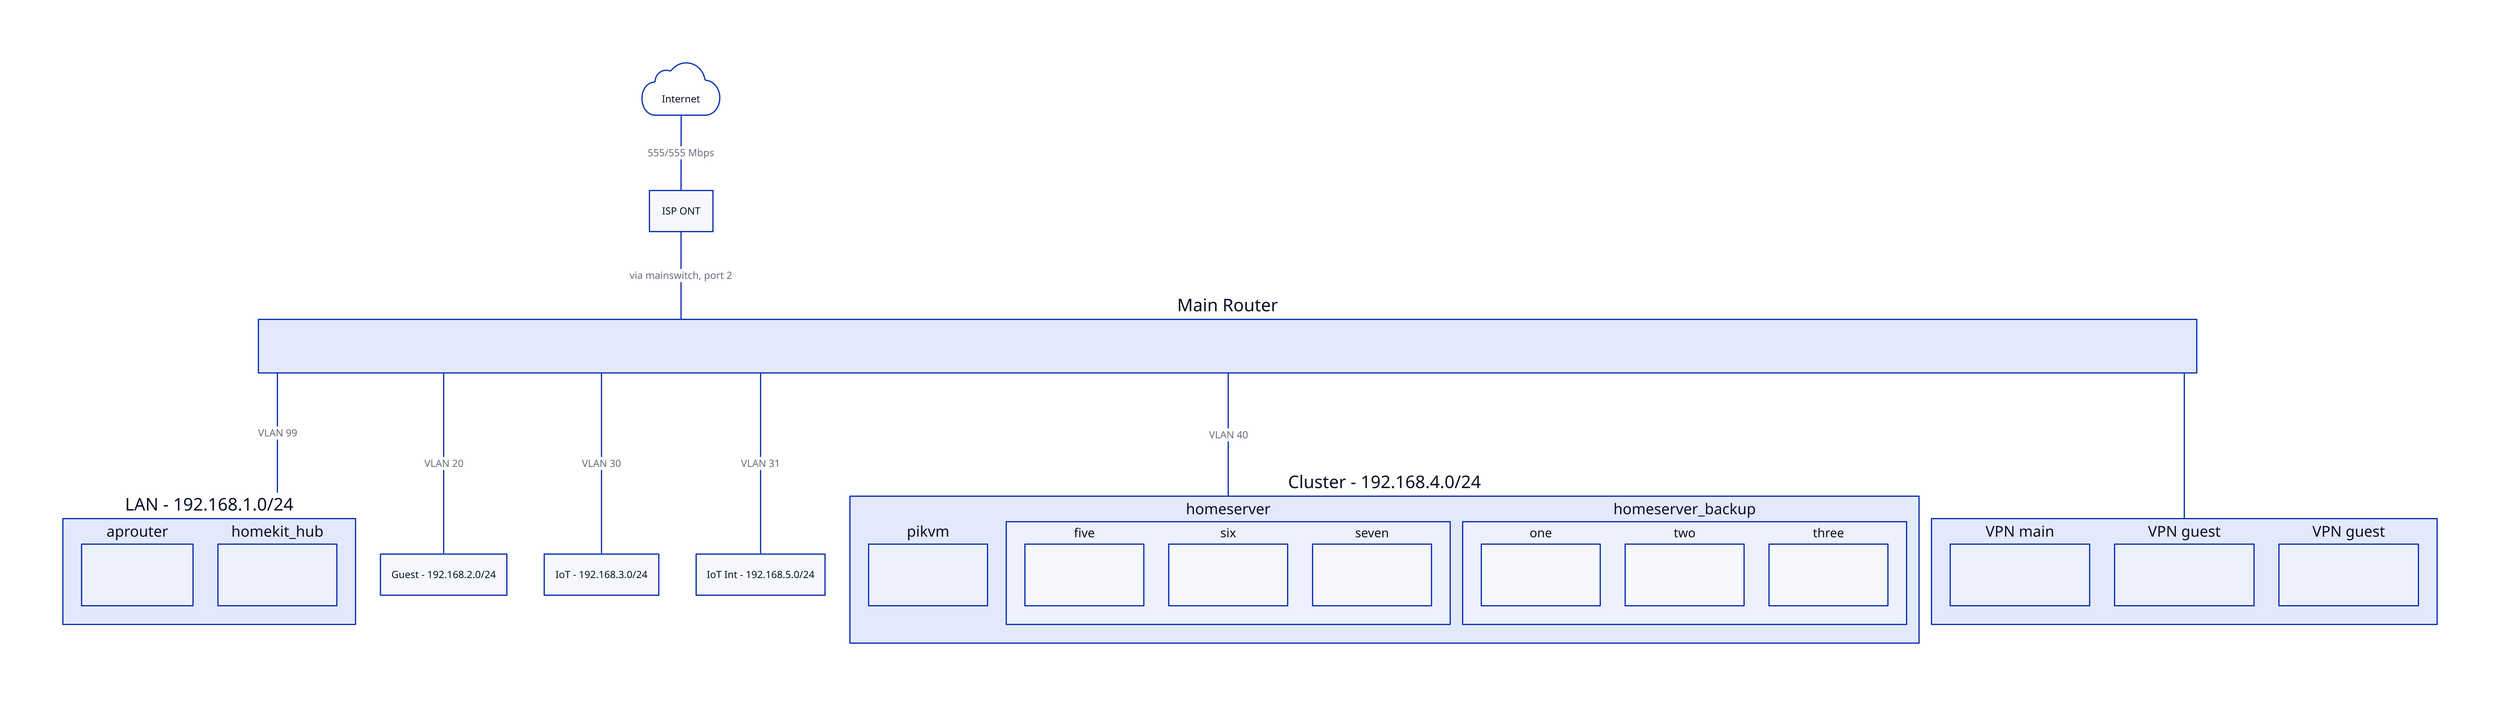
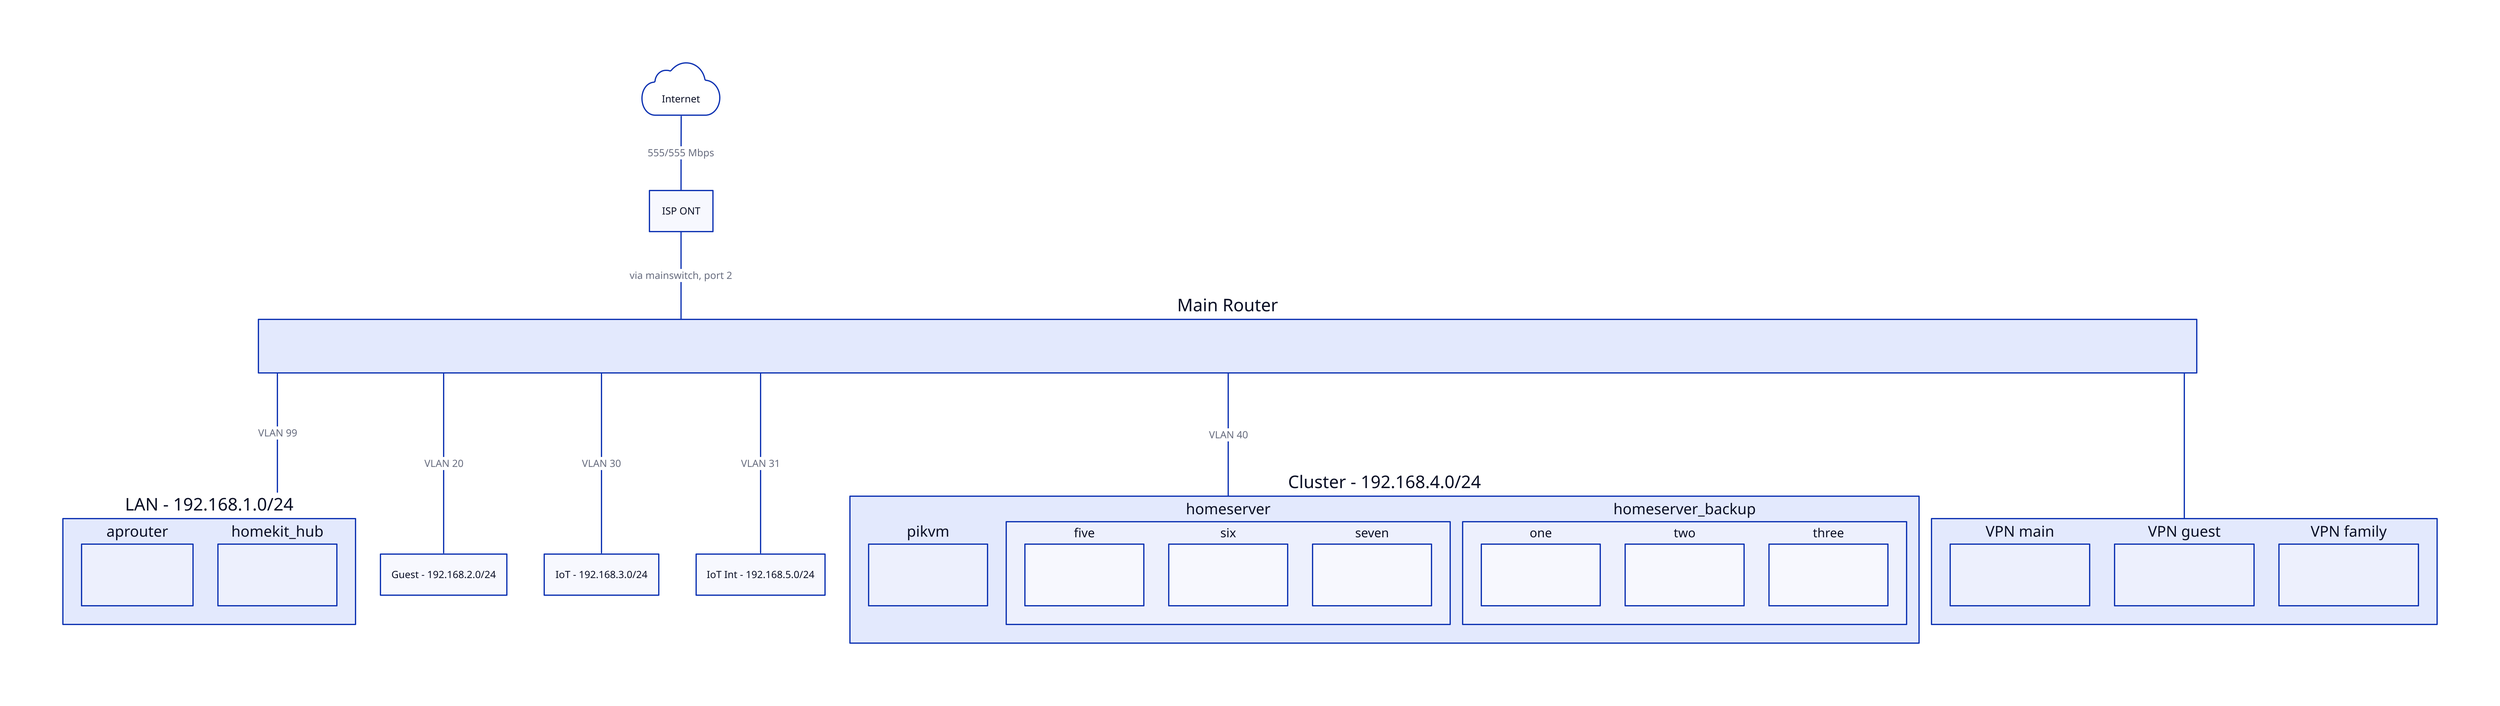
vars: {
  d2-config: {
    layout-engine: elk
    theme-id: 200
  }
}
direction: down

classes: {
  *: {
    label: ""
    shape: rectangle
    style: {
      border-radius: 10
    }
  }
}

internet: {
  shape: cloud
  label: "Internet"
}

isp_ont: {
  label: "ISP ONT"
}

mainrouter: {
  label: "Main Router"
  explanation: |md
    ### 192.168.1.1
  |
}

vlan_lan: {
  label: "LAN - 192.168.1.0/24"
}

vlan_guest: {
  label: "Guest - 192.168.2.0/24"
}

vlan_iot: {
  label: "IoT - 192.168.3.0/24"
}

vlan_iot_int: {
  label: "IoT Int - 192.168.5.0/24"
}

vlan_cluster: {
  label: "Cluster - 192.168.4.0/24"
}

vpn: {
  label: ""
}

vpn.main: {
  label: "VPN main"
  explanation: |md
    ## 192.168.69.0/24
  |
}

vpn.guest: {
  label: "VPN guest"
  explanation: |md
    ## 192.168.70.0/24
  |
}

vpn.family: {
-   label: "VPN guest"
+   label: "VPN family"
  explanation: |md
    ## 192.168.71.0/24
  |
}

vlan_lan.aprouter: {
  explanation: |md
    ## 192.168.1.3
  |
}

vlan_lan.homekit_hub: {
  explanation: |md
    ## 192.168.1.10
  |
}

vlan_cluster.pikvm: {
  explanation: |md
    ## 192.168.4.31
  |
}

vlan_cluster.homeserver.five: {
  explanation: |md
    ## 192.168.4.15
  |
}

vlan_cluster.homeserver.six: {
  explanation: |md
    ## 192.168.4.16
  |
}

vlan_cluster.homeserver.seven: {
  explanation: |md
    ## 192.168.4.17
  |
}

vlan_cluster.homeserver_backup.one: {
  explanation: |md
    ## 192.168.4.21
  |
}

vlan_cluster.homeserver_backup.two: {
  explanation: |md
    ## 192.168.4.22
  |
}

vlan_cluster.homeserver_backup.three: {
  explanation: |md
    ## 192.168.4.23
  |
}

internet -- isp_ont: "555/555 Mbps"
isp_ont -- mainrouter: "via mainswitch, port 2"
mainrouter -- vlan_lan: "VLAN 99"
mainrouter -- vlan_guest: "VLAN 20"
mainrouter -- vlan_iot: "VLAN 30"
mainrouter -- vlan_iot_int: "VLAN 31"
mainrouter -- vlan_cluster: "VLAN 40"
mainrouter -- vpn
